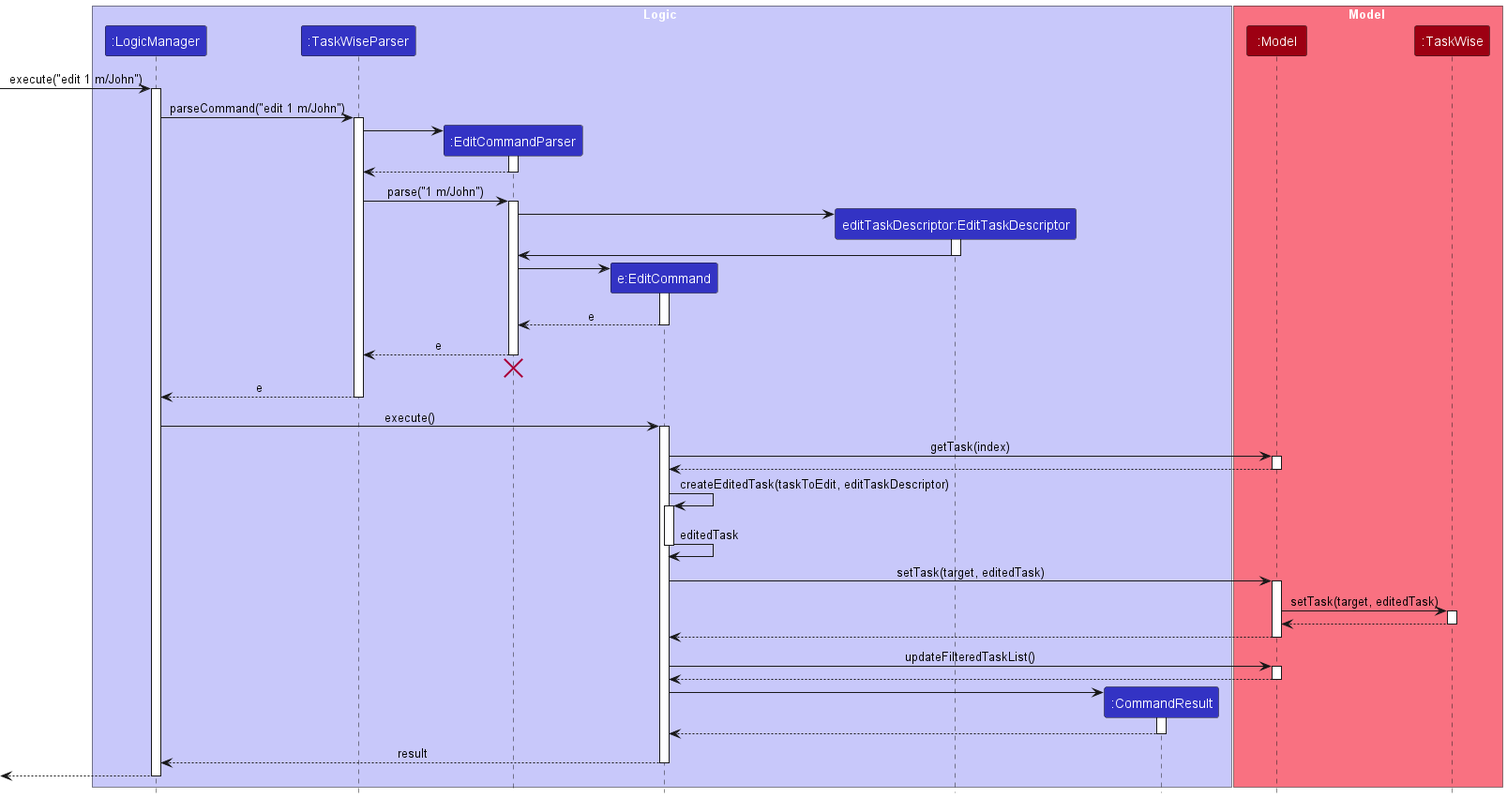
seantehds/tp keeps this PlantUML diagram as docs/images/AssignSequenceDiagram.png. Above is the earlier version.
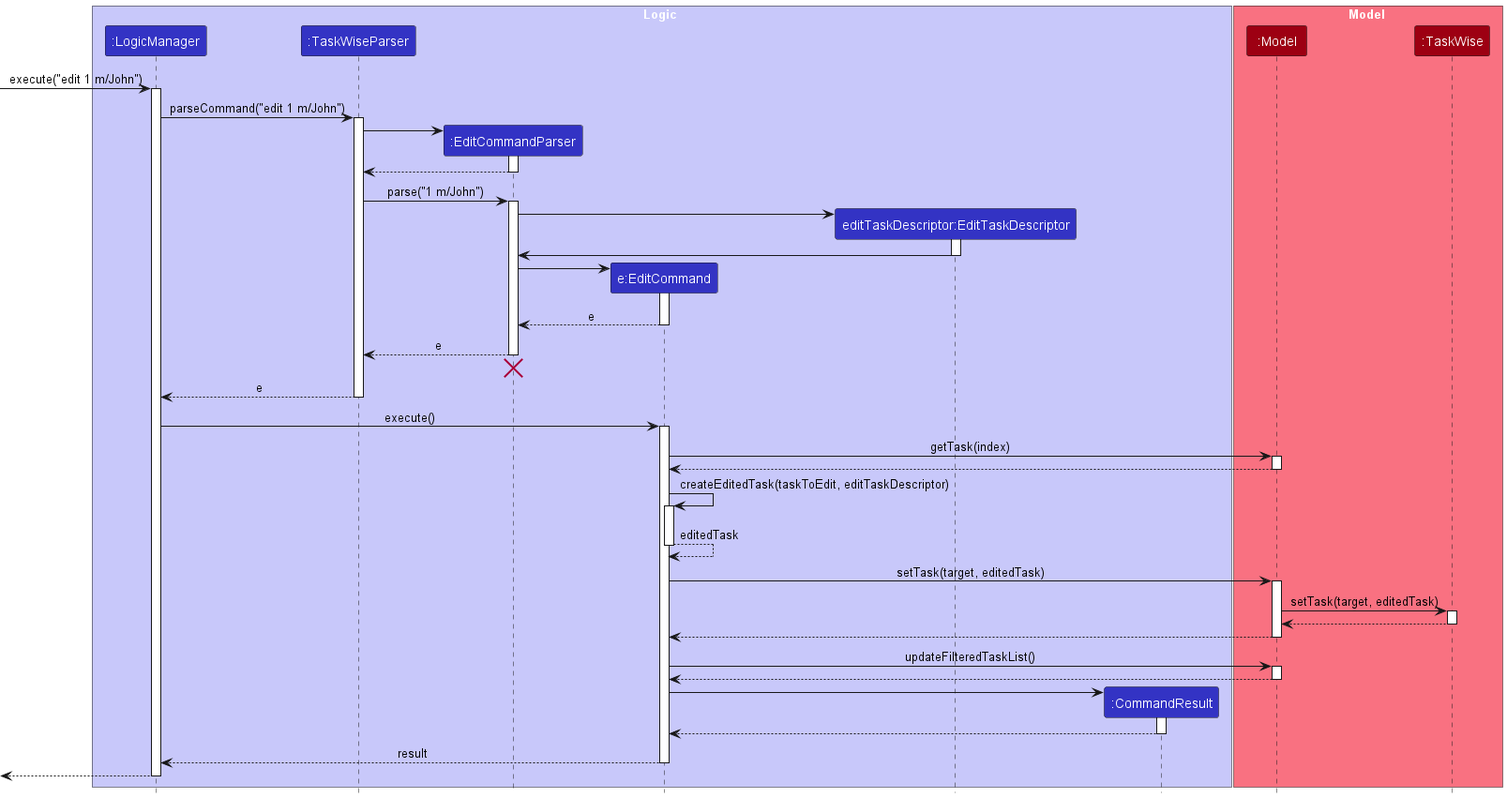
Above is the later version.

Commit message:
Fix bugs in sequence diagram

What changed in the source:
```diff
@@ -66,7 +66,7 @@
 EditCommand -> EditCommand :createEditedTask(taskToEdit, editTaskDescriptor)
 activate EditCommand
 
-EditCommand -> EditCommand  : editedTask
+EditCommand --> EditCommand  : editedTask
 deactivate EditCommand
 
 EditCommand -> Model : setTask(target, editedTask)
```
